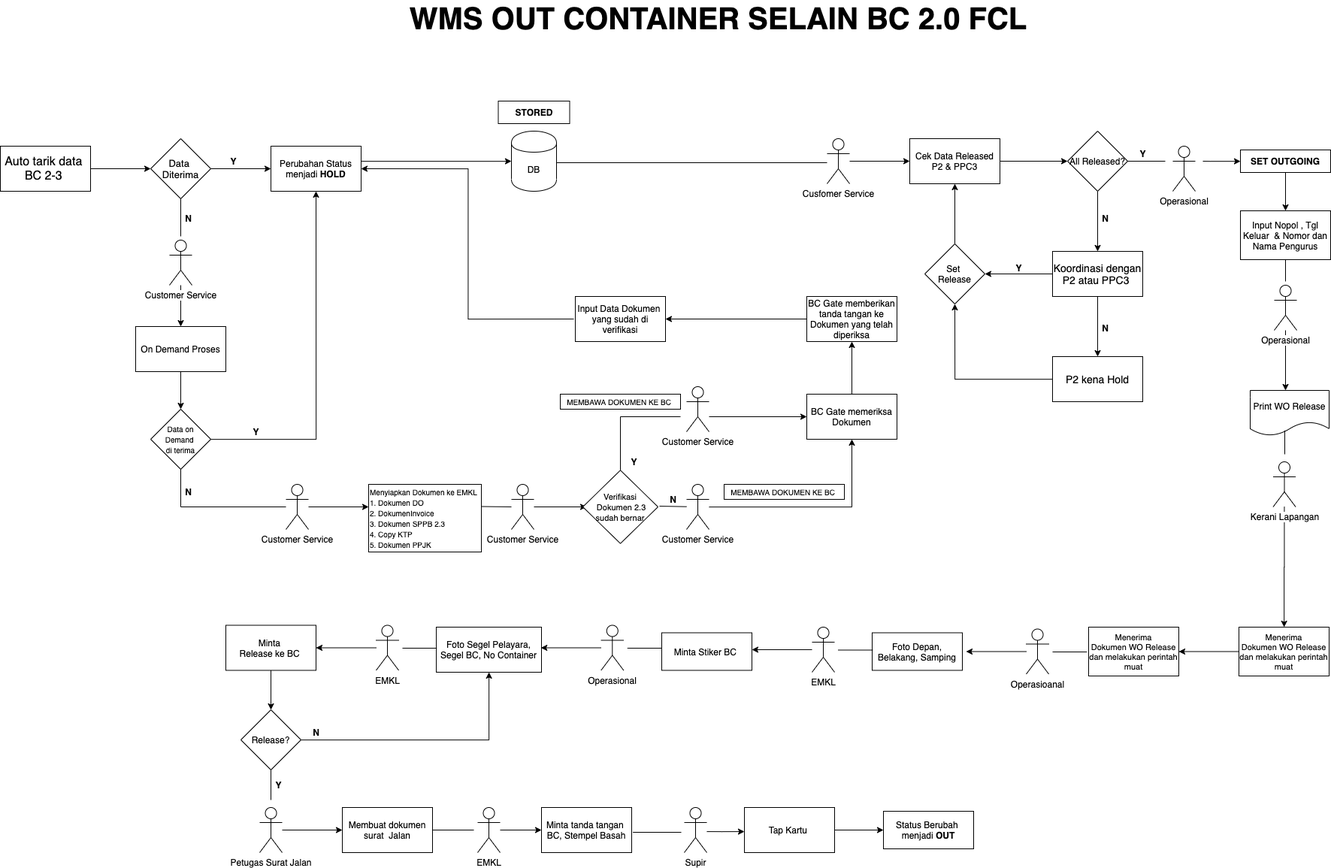
Before: img/fcl23.png, a diagram exported from draw.io (sftmm/User-Manual). Source tidied: cells renumbered, new cells last; positions are measured from the earlier drawing's top-left corner, leaving out a move shared by most shapes.
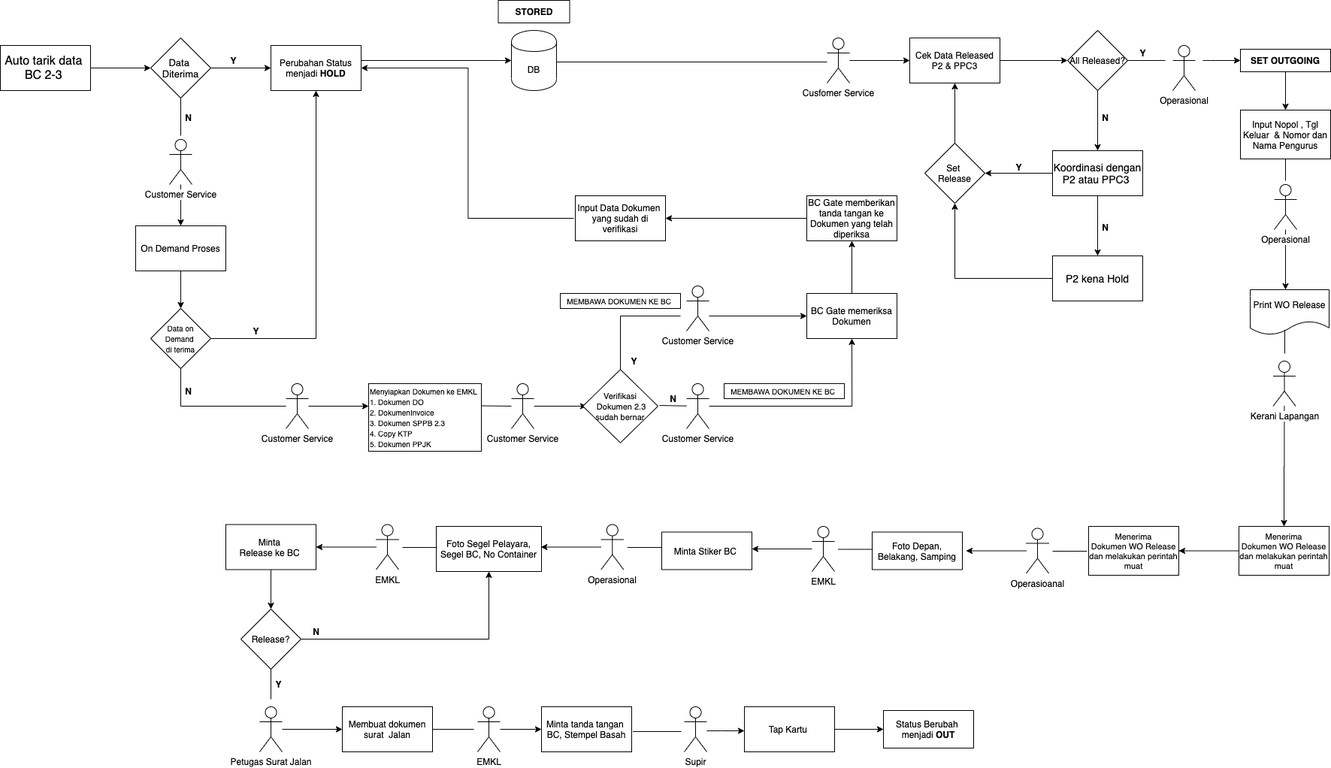
The same file after the commit.

The edit, as a diff of the source:
```diff
@@ -297,9 +297,6 @@
     <mxCell id="80" value="Supir" style="shape=umlActor;verticalLabelPosition=bottom;labelBackgroundColor=#ffffff;verticalAlign=top;html=1;" parent="1" vertex="1">
       <mxGeometry x="910" y="1070" width="30" height="60" as="geometry" />
     </mxCell>
-    <mxCell id="81" value="&lt;b&gt;&lt;font style=&quot;font-size: 40px&quot;&gt;WMS OUT CONTAINER SELAIN BC 2.0 FCL&lt;/font&gt;&lt;/b&gt;" style="text;html=1;align=center;verticalAlign=middle;fontSize=23;" parent="1" vertex="1">
-      <mxGeometry x="535" width="840" height="40" as="geometry" />
-    </mxCell>
     <mxCell id="82" style="edgeStyle=orthogonalEdgeStyle;rounded=0;jettySize=auto;html=1;" parent="1" edge="1" source="83">
       <mxGeometry relative="1" as="geometry">
         <mxPoint x="1285" y="862.5" as="targetPoint" />
```
